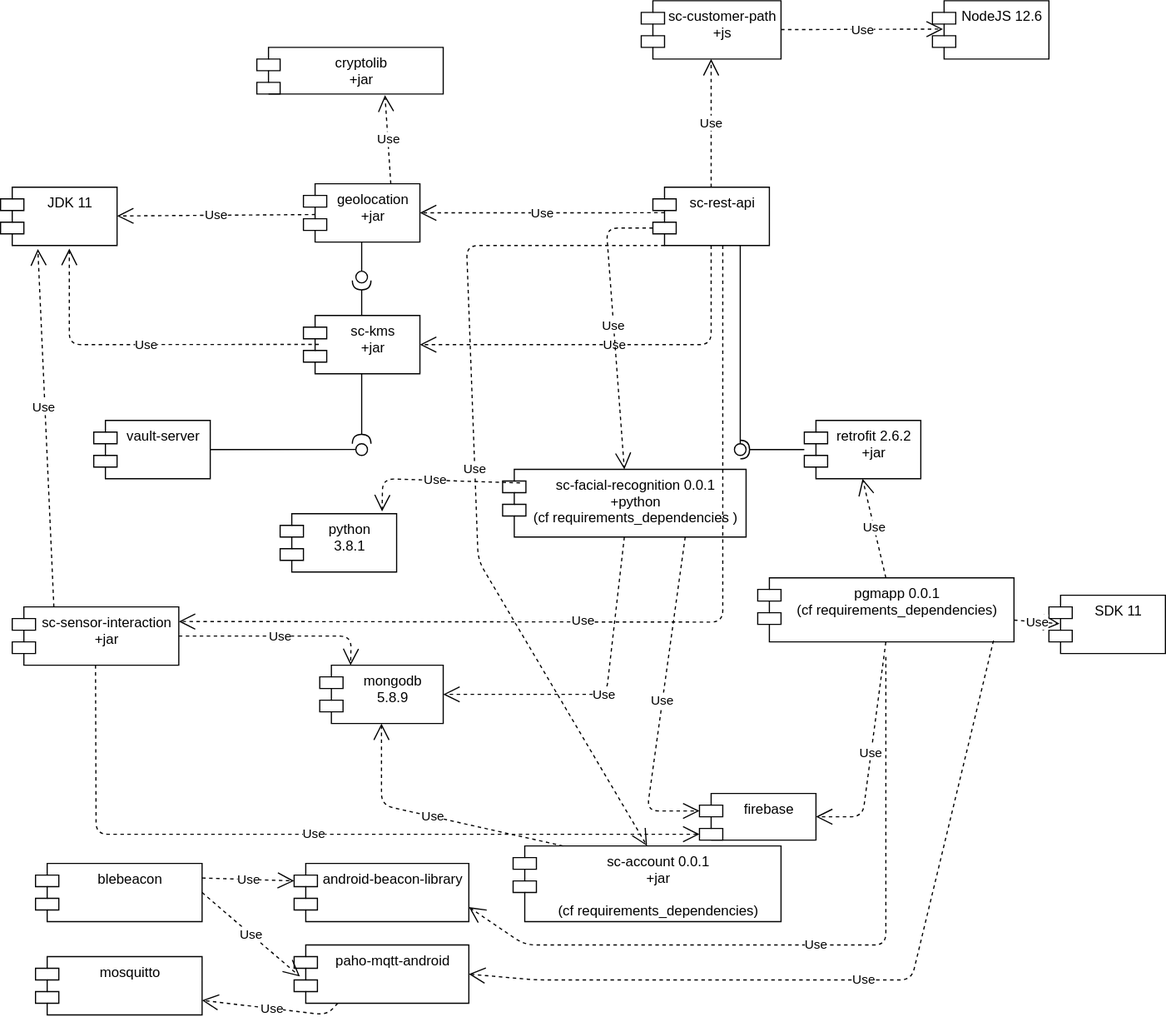
Earlier version of the draw.io export diagrams/ComponentDiagram.svg (jessicaraman/pds-stardust). Source tidied: cells renumbered, new cells last; positions are measured from the earlier drawing's top-left corner, leaving out a move shared by most shapes.
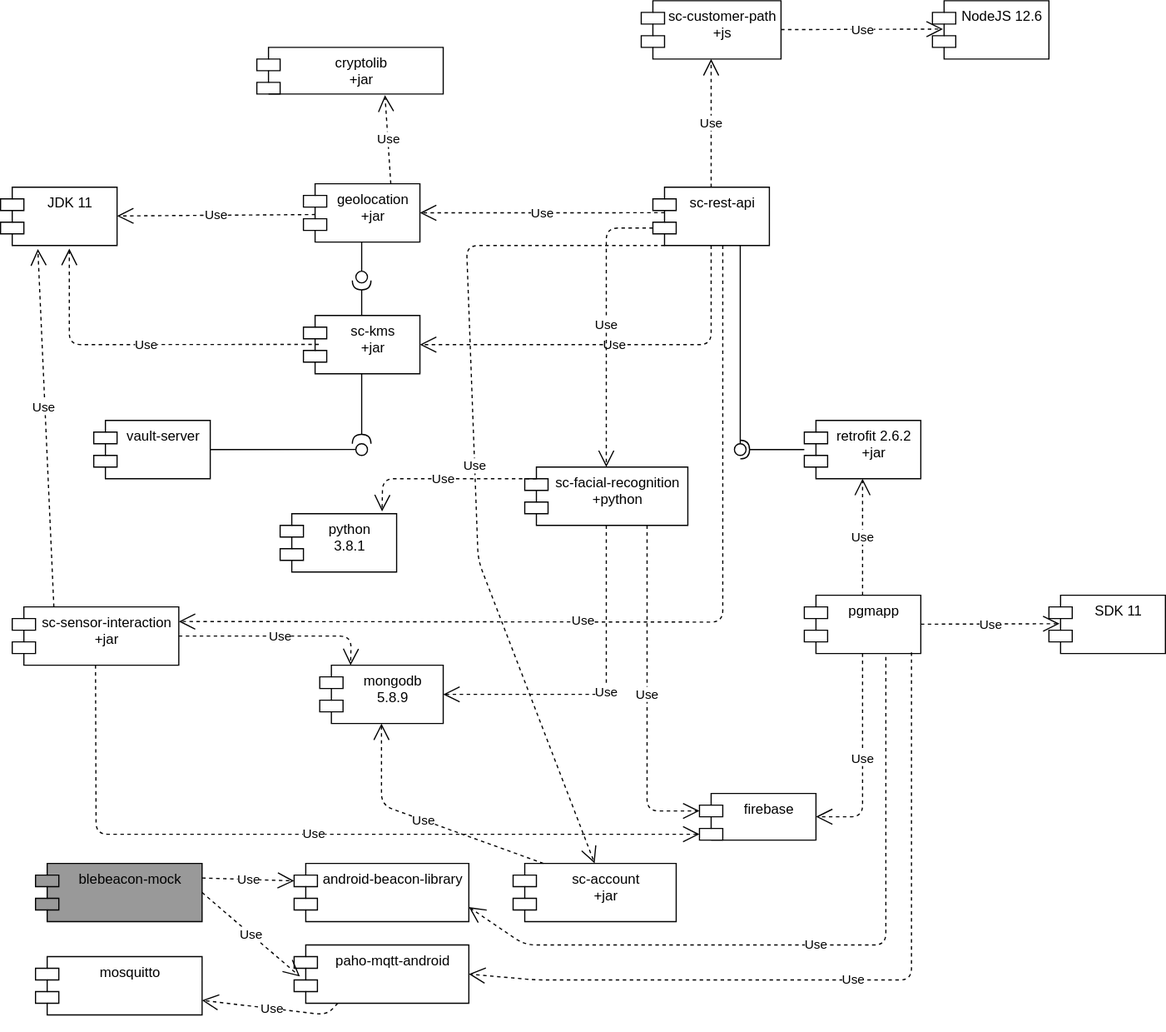
After the commit.

Commit message:
[SENSOR] update component diagram

The edit, as a diff of the source:
```diff
@@ -14,8 +14,8 @@
     <mxCell id="5" value="sc-customer-path&#10;+js" style="shape=module;align=left;spacingLeft=20;align=center;verticalAlign=top;" parent="1" vertex="1">
       <mxGeometry x="550" width="120" height="50" as="geometry" />
     </mxCell>
-    <mxCell id="6" value="pgmapp 0.0.1&#10;(cf requirements_dependencies)&#10;" style="shape=module;align=left;spacingLeft=20;align=center;verticalAlign=top;" parent="1" vertex="1">
-      <mxGeometry x="650" y="495" width="220" height="55" as="geometry" />
+    <mxCell id="6" value="pgmapp&#10;" style="shape=module;align=left;spacingLeft=20;align=center;verticalAlign=top;" parent="1" vertex="1">
+      <mxGeometry x="690" y="510" width="100" height="50" as="geometry" />
     </mxCell>
     <mxCell id="7" value="Use" style="endArrow=open;endSize=12;dashed=1;html=1;exitX=0.102;exitY=0.528;exitDx=0;exitDy=0;exitPerimeter=0;" parent="1" edge="1" source="4" target="2">
       <mxGeometry relative="1" as="geometry" />
@@ -92,8 +92,8 @@
     <mxCell id="27" value="Use" style="endArrow=open;endSize=12;dashed=1;html=1;entryX=0.091;entryY=0.488;entryDx=0;entryDy=0;entryPerimeter=0;" parent="1" edge="1" source="6" target="13">
       <mxGeometry relative="1" as="geometry" />
     </mxCell>
-    <mxCell id="28" value="sc-facial-recognition 0.0.1&#10;+python&#10;(cf requirements_dependencies )" style="shape=module;align=left;spacingLeft=20;align=center;verticalAlign=top;" parent="1" vertex="1">
-      <mxGeometry x="431" y="402" width="209" height="58" as="geometry" />
+    <mxCell id="28" value="sc-facial-recognition&#10;+python" style="shape=module;align=left;spacingLeft=20;align=center;verticalAlign=top;" parent="1" vertex="1">
+      <mxGeometry x="450" y="400" width="140" height="50" as="geometry" />
     </mxCell>
     <mxCell id="29" value="mongodb&#10;5.8.9" style="shape=module;align=left;spacingLeft=20;align=center;verticalAlign=top;" parent="1" vertex="1">
       <mxGeometry x="274" y="570" width="106" height="50" as="geometry" />
@@ -164,7 +164,7 @@
     <mxCell id="41" value="mosquitto" style="shape=module;align=left;spacingLeft=20;align=center;verticalAlign=top;" parent="1" vertex="1">
       <mxGeometry x="30" y="820" width="143" height="50" as="geometry" />
     </mxCell>
-    <mxCell id="42" value="blebeacon" style="shape=module;align=left;spacingLeft=20;align=center;verticalAlign=top;" parent="1" vertex="1">
+    <mxCell id="42" value="blebeacon-mock" style="shape=module;align=left;spacingLeft=20;align=center;verticalAlign=top;fillColor=#999999;" parent="1" vertex="1">
       <mxGeometry x="30" y="740" width="143" height="50" as="geometry" />
     </mxCell>
     <mxCell id="43" value="android-beacon-library" style="shape=module;align=left;spacingLeft=20;align=center;verticalAlign=top;" parent="1" vertex="1">
@@ -182,8 +182,8 @@
         <mxPoint x="-120" y="119" as="offset" />
       </mxGeometry>
     </mxCell>
-    <mxCell id="46" value="sc-account 0.0.1&#10;+jar&#10;&#10;(cf requirements_dependencies)" style="shape=module;align=left;spacingLeft=20;align=center;verticalAlign=top;" parent="1" vertex="1">
-      <mxGeometry x="440" y="725" width="230" height="65" as="geometry" />
+    <mxCell id="46" value="sc-account&#10;+jar" style="shape=module;align=left;spacingLeft=20;align=center;verticalAlign=top;" parent="1" vertex="1">
+      <mxGeometry x="440" y="740" width="140" height="50" as="geometry" />
     </mxCell>
     <mxCell id="47" value="Use" style="endArrow=open;endSize=12;dashed=1;html=1;exitX=0;exitY=1;exitDx=10;exitDy=0;entryX=0.5;entryY=0;entryDx=0;entryDy=0;exitPerimeter=0;" parent="1" edge="1" source="9" target="46">
       <mxGeometry relative="1" as="geometry">
```
